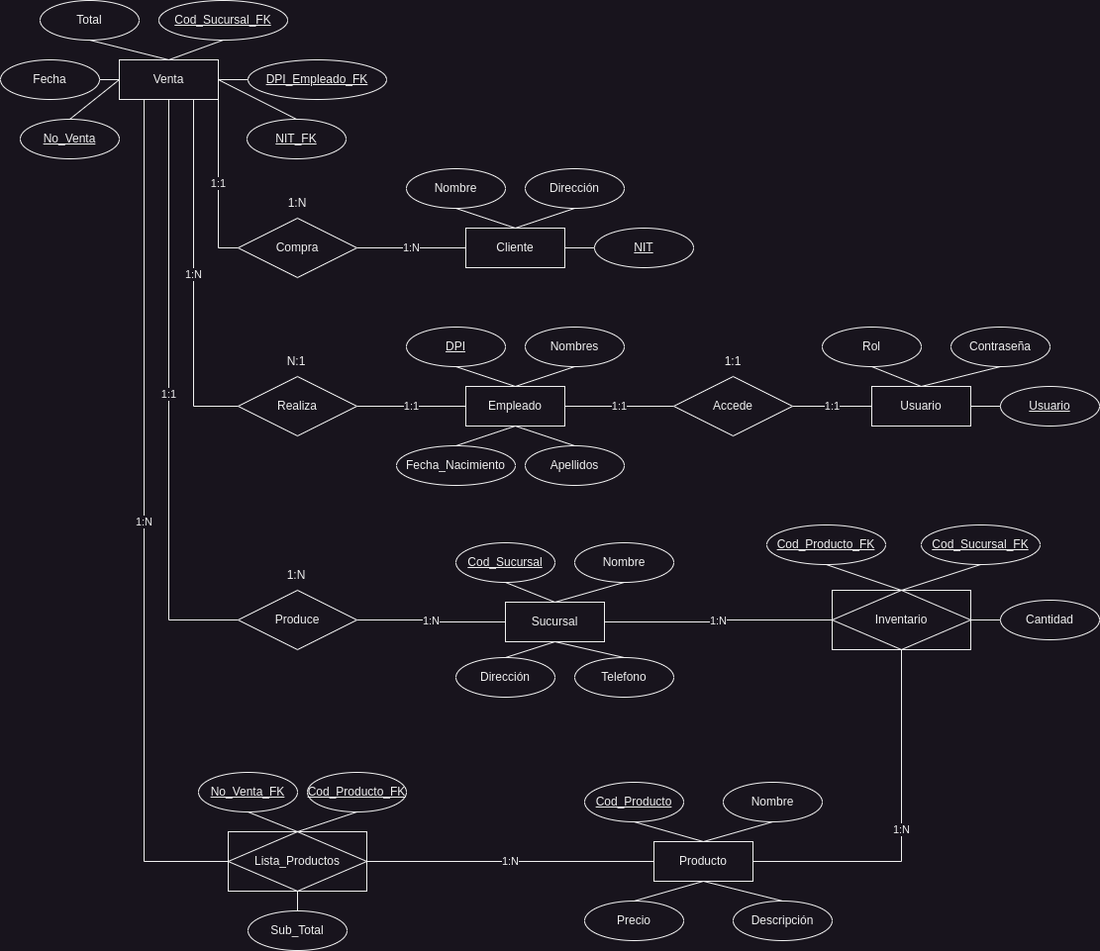
This is BD/ER_MIA.png from Aguare/Project1MIA, a draw.io export, as it was before one commit. Source tidied: cells renumbered, new cells last; positions are measured from the earlier drawing's top-left corner, leaving out a move shared by most shapes.
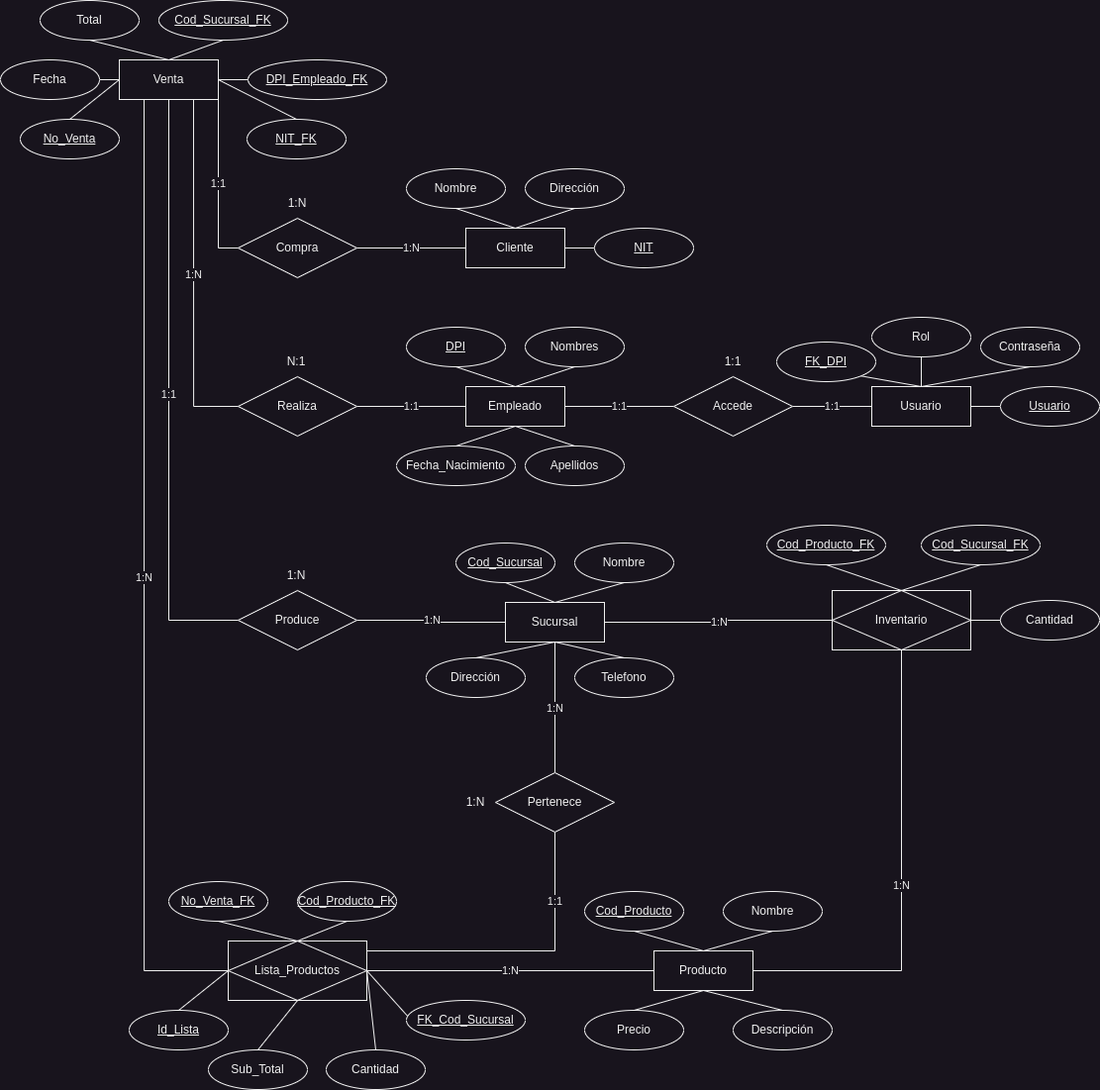
Above is the later version.

Diff of the diagram source:
```diff
@@ -6,7 +6,7 @@
       <mxGeometry relative="1" as="geometry" />
     </mxCell>
     <mxCell id="3" value="Producto" style="whiteSpace=wrap;html=1;align=center;" parent="1" vertex="1">
-      <mxGeometry x="660" y="850" width="100" height="40" as="geometry" />
+      <mxGeometry x="660" y="960" width="100" height="40" as="geometry" />
     </mxCell>
     <mxCell id="4" value="Cliente" style="whiteSpace=wrap;html=1;align=center;" parent="1" vertex="1">
       <mxGeometry x="470" y="230" width="100" height="40" as="geometry" />
@@ -41,27 +41,27 @@
       <mxGeometry relative="1" as="geometry" />
     </mxCell>
     <mxCell id="14" value="Cod_Producto" style="ellipse;whiteSpace=wrap;html=1;align=center;fontStyle=4;" parent="1" vertex="1">
-      <mxGeometry x="590" y="790" width="100" height="40" as="geometry" />
+      <mxGeometry x="590" y="900" width="100" height="40" as="geometry" />
     </mxCell>
     <mxCell id="15" style="edgeStyle=none;rounded=0;jettySize=auto;html=1;exitX=0.5;exitY=1;exitDx=0;exitDy=0;endArrow=none;endFill=0;" parent="1" edge="1" source="16">
       <mxGeometry relative="1" as="geometry">
-        <mxPoint x="710" y="850" as="targetPoint" />
+        <mxPoint x="710" y="960" as="targetPoint" />
       </mxGeometry>
     </mxCell>
     <mxCell id="16" value="Nombre" style="ellipse;whiteSpace=wrap;html=1;align=center;" parent="1" vertex="1">
-      <mxGeometry x="730" y="790" width="100" height="40" as="geometry" />
+      <mxGeometry x="730" y="900" width="100" height="40" as="geometry" />
     </mxCell>
     <mxCell id="17" style="edgeStyle=none;rounded=0;jettySize=auto;html=1;exitX=0.5;exitY=0;exitDx=0;exitDy=0;entryX=0.5;entryY=1;entryDx=0;entryDy=0;endArrow=none;endFill=0;" parent="1" edge="1" source="18" target="3">
       <mxGeometry relative="1" as="geometry" />
     </mxCell>
     <mxCell id="18" value="Descripción" style="ellipse;whiteSpace=wrap;html=1;align=center;" parent="1" vertex="1">
-      <mxGeometry x="740" y="910" width="100" height="40" as="geometry" />
+      <mxGeometry x="740" y="1020" width="100" height="40" as="geometry" />
     </mxCell>
     <mxCell id="19" style="edgeStyle=none;rounded=0;jettySize=auto;html=1;exitX=0.5;exitY=0;exitDx=0;exitDy=0;entryX=0.5;entryY=1;entryDx=0;entryDy=0;endArrow=none;endFill=0;" parent="1" edge="1" source="20" target="3">
       <mxGeometry relative="1" as="geometry" />
     </mxCell>
     <mxCell id="20" value="Precio" style="ellipse;whiteSpace=wrap;html=1;align=center;" parent="1" vertex="1">
-      <mxGeometry x="590" y="910" width="100" height="40" as="geometry" />
+      <mxGeometry x="590" y="1020" width="100" height="40" as="geometry" />
     </mxCell>
     <mxCell id="21" style="edgeStyle=none;rounded=0;jettySize=auto;html=1;exitX=0.5;exitY=0;exitDx=0;exitDy=0;entryX=0;entryY=0.5;entryDx=0;entryDy=0;endArrow=none;endFill=0;" parent="1" edge="1" source="22" target="6">
       <mxGeometry relative="1" as="geometry" />
@@ -115,7 +115,7 @@
       <mxGeometry relative="1" as="geometry" />
     </mxCell>
     <mxCell id="38" value="Dirección" style="ellipse;whiteSpace=wrap;html=1;align=center;" parent="1" vertex="1">
-      <mxGeometry x="460" y="664" width="100" height="40" as="geometry" />
+      <mxGeometry x="430" y="664" width="100" height="40" as="geometry" />
     </mxCell>
     <mxCell id="39" style="edgeStyle=none;rounded=0;jettySize=auto;html=1;exitX=0.5;exitY=0;exitDx=0;exitDy=0;entryX=0.5;entryY=1;entryDx=0;entryDy=0;endArrow=none;endFill=0;" parent="1" edge="1" source="40" target="33">
       <mxGeometry relative="1" as="geometry" />
@@ -138,17 +138,26 @@
     <mxCell id="45" style="edgeStyle=none;rounded=0;jettySize=auto;html=1;exitX=0.5;exitY=1;exitDx=0;exitDy=0;entryX=0.5;entryY=0;entryDx=0;entryDy=0;endArrow=none;endFill=0;" parent="1" edge="1" source="46" target="52">
       <mxGeometry relative="1" as="geometry" />
     </mxCell>
+    <mxCell id="90" value="1:1" style="edgeStyle=orthogonalEdgeStyle;rounded=0;jettySize=auto;html=1;exitX=1;exitY=0;exitDx=0;exitDy=0;entryX=0.5;entryY=1;entryDx=0;entryDy=0;endArrow=none;endFill=0;" parent="1" edge="1" source="46" target="100">
+      <mxGeometry x="0.56" relative="1" as="geometry">
+        <Array as="points">
+          <mxPoint x="370" y="960" />
+          <mxPoint x="560" y="960" />
+        </Array>
+        <mxPoint y="1" as="offset" />
+      </mxGeometry>
+    </mxCell>
     <mxCell id="46" value="Lista_Productos" style="shape=associativeEntity;whiteSpace=wrap;html=1;align=center;" parent="1" vertex="1">
-      <mxGeometry x="230" y="840" width="140" height="60" as="geometry" />
+      <mxGeometry x="230" y="950" width="140" height="60" as="geometry" />
     </mxCell>
     <mxCell id="47" style="edgeStyle=none;rounded=0;jettySize=auto;html=1;exitX=0.5;exitY=1;exitDx=0;exitDy=0;entryX=0.5;entryY=0;entryDx=0;entryDy=0;endArrow=none;endFill=0;" parent="1" edge="1" source="48" target="46">
       <mxGeometry relative="1" as="geometry" />
     </mxCell>
     <mxCell id="48" value="No_Venta_FK" style="ellipse;whiteSpace=wrap;html=1;align=center;fontStyle=4;" parent="1" vertex="1">
-      <mxGeometry x="200" y="780" width="100" height="40" as="geometry" />
+      <mxGeometry x="170" y="890" width="100" height="40" as="geometry" />
     </mxCell>
     <mxCell id="49" value="Cod_Producto_FK" style="ellipse;whiteSpace=wrap;html=1;align=center;fontStyle=4;" parent="1" vertex="1">
-      <mxGeometry x="310" y="780" width="100" height="40" as="geometry" />
+      <mxGeometry x="300" y="890" width="100" height="40" as="geometry" />
     </mxCell>
     <mxCell id="50" style="edgeStyle=none;rounded=0;jettySize=auto;html=1;exitX=0;exitY=0.5;exitDx=0;exitDy=0;entryX=1;entryY=0.5;entryDx=0;entryDy=0;endArrow=none;endFill=0;" parent="1" edge="1" source="51" target="54">
       <mxGeometry relative="1" as="geometry" />
@@ -157,7 +166,7 @@
       <mxGeometry x="1010" y="606" width="100" height="40" as="geometry" />
     </mxCell>
     <mxCell id="52" value="Sub_Total" style="ellipse;whiteSpace=wrap;html=1;align=center;" parent="1" vertex="1">
-      <mxGeometry x="250" y="920" width="100" height="40" as="geometry" />
+      <mxGeometry x="210" y="1060" width="100" height="40" as="geometry" />
     </mxCell>
     <mxCell id="53" value="1:N" style="edgeStyle=orthogonalEdgeStyle;rounded=0;jettySize=auto;html=1;exitX=0;exitY=0.5;exitDx=0;exitDy=0;entryX=1;entryY=0.5;entryDx=0;entryDy=0;endArrow=none;endFill=0;" parent="1" edge="1" source="54" target="33">
       <mxGeometry relative="1" as="geometry" />
@@ -248,7 +257,7 @@
       <mxGeometry relative="1" as="geometry" />
     </mxCell>
     <mxCell id="81" value="Rol" style="ellipse;whiteSpace=wrap;html=1;align=center;" parent="1" vertex="1">
-      <mxGeometry x="830" y="330" width="100" height="40" as="geometry" />
+      <mxGeometry x="880" y="320" width="100" height="40" as="geometry" />
     </mxCell>
     <mxCell id="82" style="edgeStyle=none;rounded=0;jettySize=auto;html=1;exitX=0;exitY=0.5;exitDx=0;exitDy=0;entryX=1;entryY=0.5;entryDx=0;entryDy=0;endArrow=none;endFill=0;" parent="1" edge="1" source="83" target="79">
       <mxGeometry relative="1" as="geometry" />
@@ -260,7 +269,7 @@
       <mxGeometry relative="1" as="geometry" />
     </mxCell>
     <mxCell id="85" value="Contraseña" style="ellipse;whiteSpace=wrap;html=1;align=center;" parent="1" vertex="1">
-      <mxGeometry x="960" y="330" width="100" height="40" as="geometry" />
+      <mxGeometry x="990" y="330" width="100" height="40" as="geometry" />
     </mxCell>
     <mxCell id="86" value="1:1" style="edgeStyle=orthogonalEdgeStyle;rounded=0;jettySize=auto;html=1;exitX=0;exitY=0.5;exitDx=0;exitDy=0;entryX=1;entryY=0.5;entryDx=0;entryDy=0;endArrow=none;endFill=0;" parent="1" edge="1" source="88" target="66">
       <mxGeometry relative="1" as="geometry" />
@@ -274,5 +283,38 @@
     <mxCell id="89" value="1:1" style="text;html=1;strokeColor=none;fillColor=none;align=center;verticalAlign=middle;whiteSpace=wrap;rounded=0;" parent="1" vertex="1">
       <mxGeometry x="710" y="350" width="60" height="30" as="geometry" />
     </mxCell>
+    <mxCell id="91" style="edgeStyle=none;rounded=0;jettySize=auto;html=1;exitX=0.5;exitY=0;exitDx=0;exitDy=0;entryX=1;entryY=0.5;entryDx=0;entryDy=0;endArrow=none;endFill=0;" parent="1" edge="1" source="92" target="46">
+      <mxGeometry relative="1" as="geometry" />
+    </mxCell>
+    <mxCell id="92" value="Cantidad" style="ellipse;whiteSpace=wrap;html=1;align=center;" parent="1" vertex="1">
+      <mxGeometry x="329" y="1060" width="100" height="40" as="geometry" />
+    </mxCell>
+    <mxCell id="93" style="rounded=0;jettySize=auto;html=1;exitX=1;exitY=1;exitDx=0;exitDy=0;entryX=0.5;entryY=0;entryDx=0;entryDy=0;endArrow=none;endFill=0;" parent="1" edge="1" source="94" target="79">
+      <mxGeometry relative="1" as="geometry" />
+    </mxCell>
+    <mxCell id="94" value="FK_DPI" style="ellipse;whiteSpace=wrap;html=1;align=center;fontStyle=4;" parent="1" vertex="1">
+      <mxGeometry x="784" y="345" width="100" height="40" as="geometry" />
+    </mxCell>
+    <mxCell id="95" style="edgeStyle=none;rounded=0;jettySize=auto;html=1;exitX=0.5;exitY=0;exitDx=0;exitDy=0;entryX=0;entryY=0.5;entryDx=0;entryDy=0;endArrow=none;endFill=0;" parent="1" edge="1" source="96" target="46">
+      <mxGeometry relative="1" as="geometry" />
+    </mxCell>
+    <mxCell id="96" value="Id_Lista" style="ellipse;whiteSpace=wrap;html=1;align=center;fontStyle=4;" parent="1" vertex="1">
+      <mxGeometry x="130" y="1020" width="100" height="40" as="geometry" />
+    </mxCell>
+    <mxCell id="97" style="edgeStyle=none;rounded=0;jettySize=auto;html=1;exitX=0;exitY=1;exitDx=0;exitDy=0;entryX=1;entryY=0.5;entryDx=0;entryDy=0;endArrow=none;endFill=0;" parent="1" edge="1" source="98" target="46">
+      <mxGeometry relative="1" as="geometry" />
+    </mxCell>
+    <mxCell id="98" value="FK_Cod_Sucursal" style="ellipse;whiteSpace=wrap;html=1;align=center;fontStyle=4;" parent="1" vertex="1">
+      <mxGeometry x="410" y="1010" width="120" height="40" as="geometry" />
+    </mxCell>
+    <mxCell id="99" value="1:N" style="edgeStyle=none;rounded=0;jettySize=auto;html=1;exitX=0.5;exitY=0;exitDx=0;exitDy=0;endArrow=none;endFill=0;" parent="1" edge="1" source="100" target="33">
+      <mxGeometry relative="1" as="geometry" />
+    </mxCell>
+    <mxCell id="100" value="Pertenece" style="shape=rhombus;perimeter=rhombusPerimeter;whiteSpace=wrap;html=1;align=center;" parent="1" vertex="1">
+      <mxGeometry x="500" y="780" width="120" height="60" as="geometry" />
+    </mxCell>
+    <mxCell id="101" value="1:N" style="text;html=1;strokeColor=none;fillColor=none;align=center;verticalAlign=middle;whiteSpace=wrap;rounded=0;" parent="1" vertex="1">
+      <mxGeometry x="450" y="795" width="60" height="30" as="geometry" />
+    </mxCell>
   </root>
 </mxGraphModel>
```
